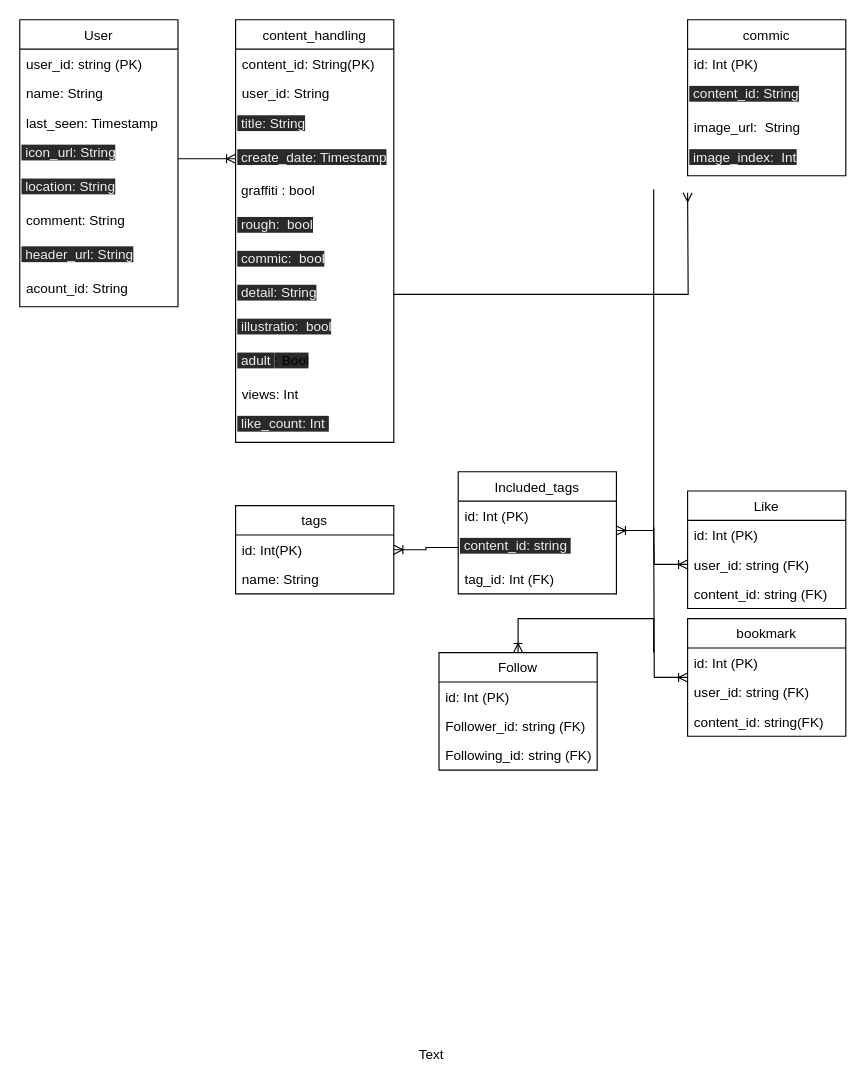
uechan9220/Shalust keeps this draw.io diagram as er.drawio. Above is the earlier version. Source tidied: cells renumbered, new cells numbered last; positions are measured from the earlier drawing's top-left corner, leaving out a move shared by most shapes. Both pictures are drawn from the tidied source at 113%, with x=0, y=0 at pixel (19, 19).
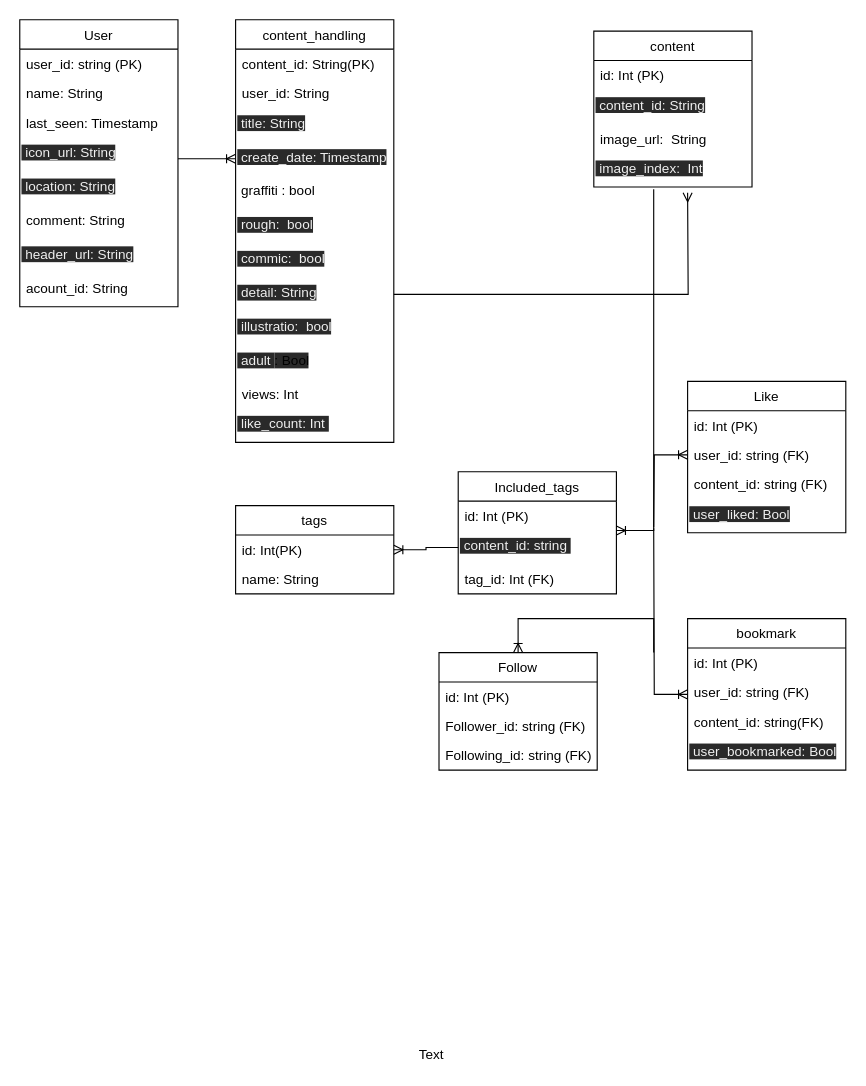
The same diagram, later.

Diff of the diagram source:
```diff
@@
-    <mxCell id="24" value="commic" style="swimlane;fontStyle=0;horizontal=1;startSize=26;fillColor=none;" parent="1" vertex="1">
-      <mxGeometry x="591" width="140" height="138" as="geometry" />
+    <mxCell id="24" value="content" style="swimlane;fontStyle=0;horizontal=1;startSize=26;fillColor=none;" parent="1" vertex="1">
+      <mxGeometry x="508" y="10" width="140" height="138" as="geometry" />
     </mxCell>
@@
     <mxCell id="39" value="bookmark" style="swimlane;fontStyle=0;horizontal=1;startSize=26;fillColor=none;" parent="1" vertex="1">
-      <mxGeometry x="591" y="530" width="140" height="104" as="geometry" />
+      <mxGeometry x="591" y="530" width="140" height="134" as="geometry" />
     </mxCell>
@@
+    <mxCell id="57" value="&lt;span style=&quot;color: rgb(240 , 240 , 240) ; font-family: &amp;#34;helvetica&amp;#34; ; font-size: 12px ; font-style: normal ; font-weight: 400 ; letter-spacing: normal ; text-align: left ; text-indent: 0px ; text-transform: none ; word-spacing: 0px ; background-color: rgb(42 , 42 , 42) ; float: none ; display: inline&quot;&gt;&amp;nbsp;user_bookmarked: Bool&lt;/span&gt;" style="text;whiteSpace=wrap;html=1;" parent="39" vertex="1">
+      <mxGeometry y="104" width="140" height="30" as="geometry" />
+    </mxCell>
@@
     <mxCell id="53" value="Like" style="swimlane;fontStyle=0;horizontal=1;startSize=26;fillColor=none;" parent="1" vertex="1">
-      <mxGeometry x="591" y="417" width="140" height="104" as="geometry" />
+      <mxGeometry x="591" y="320" width="140" height="134" as="geometry" />
     </mxCell>
@@
+    <mxCell id="58" value="&lt;span style=&quot;color: rgb(240 , 240 , 240) ; font-family: &amp;#34;helvetica&amp;#34; ; font-size: 12px ; font-style: normal ; font-weight: 400 ; letter-spacing: normal ; text-align: left ; text-indent: 0px ; text-transform: none ; word-spacing: 0px ; background-color: rgb(42 , 42 , 42) ; float: none ; display: inline&quot;&gt;&amp;nbsp;user_liked: Bool&lt;/span&gt;" style="text;whiteSpace=wrap;html=1;" parent="53" vertex="1">
+      <mxGeometry y="104" width="140" height="30" as="geometry" />
+    </mxCell>
```
